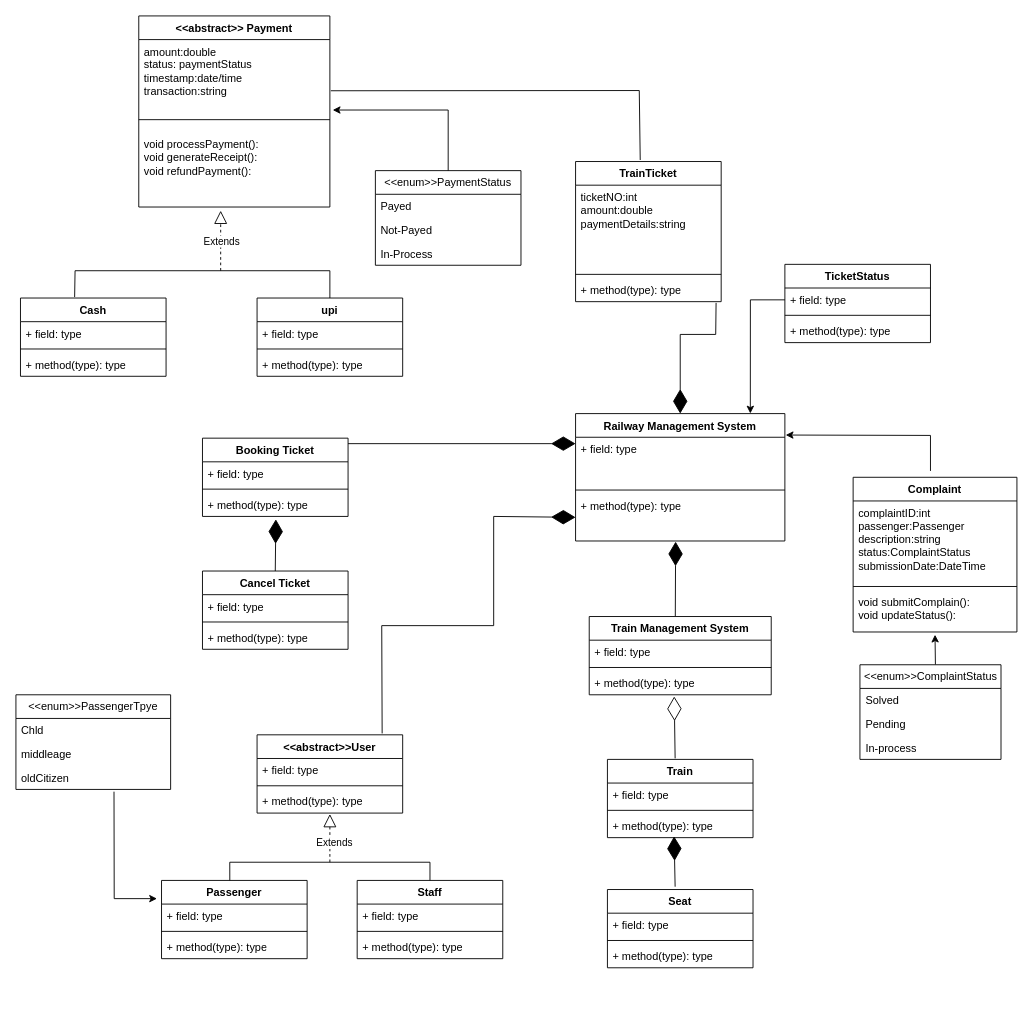
Earlier version of the draw.io diagram Railway-class.drawio (Sumitsingh74/draw.io). Source tidied: cells renumbered, new cells numbered last; positions are measured from the earlier drawing's top-left corner, leaving out a move shared by most shapes. Both pictures are drawn from the tidied source at 91%, with x=0, y=0 at pixel (15, 15).
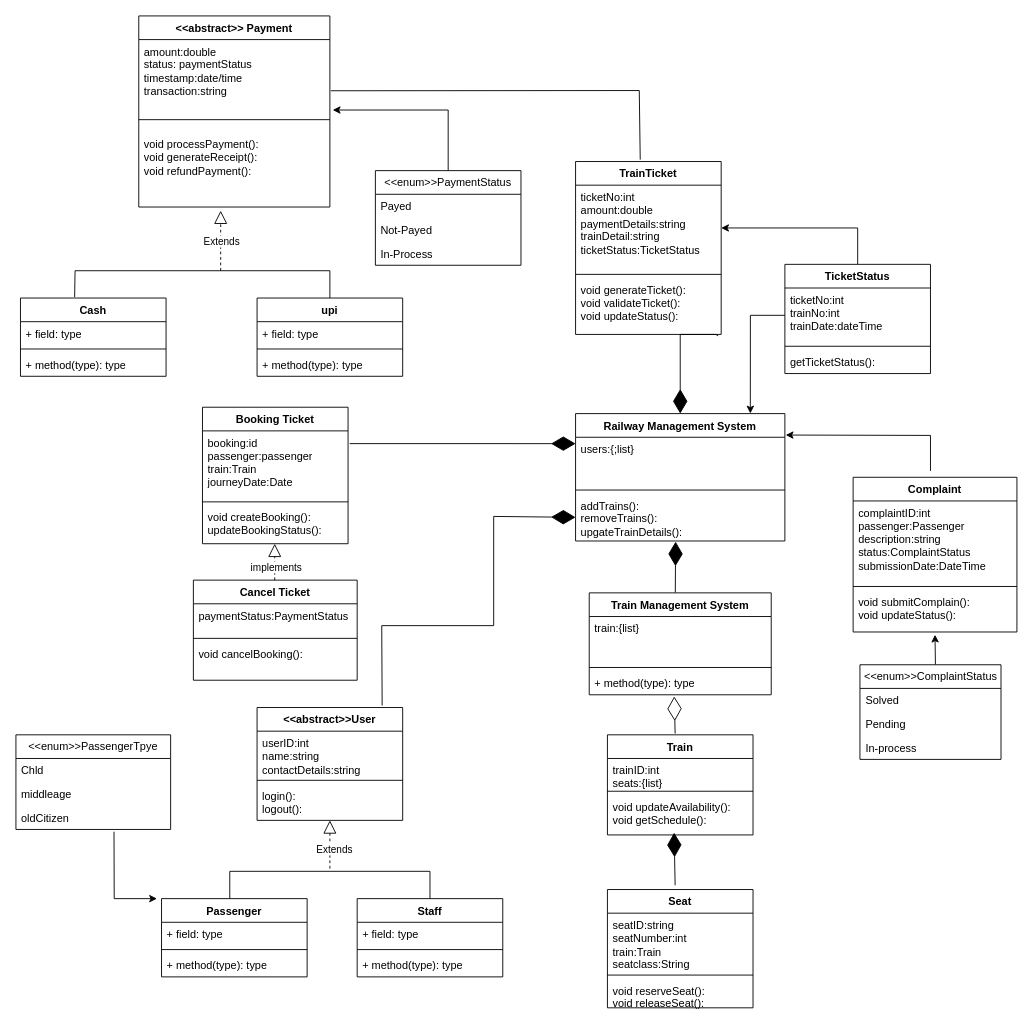
Above is the later version.

The change refers to these unchanged cells:
```xml
<mxCell id="14" value="Railway Management System" style="swimlane;fontStyle=1;align=center;verticalAlign=top;horizontal=1;startSize=26;whiteSpace=wrap;html=1;" parent="1" vertex="1">
  <mxGeometry x="615" y="437" width="230" height="140" as="geometry" />
</mxCell>
```

Change to the diagram source:
```diff
@@
     <mxCell id="6" value="&amp;lt;&amp;lt;enum&amp;gt;&amp;gt;PassengerTpye" style="swimlane;fontStyle=0;horizontal=1;startSize=26;fillColor=none;whiteSpace=wrap;html=1;" parent="1" vertex="1">
-      <mxGeometry y="746" width="170" height="104" as="geometry" />
+      <mxGeometry y="790" width="170" height="104" as="geometry" />
     </mxCell>
@@
-    <mxCell id="15" value="+ field: type" style="text;strokeColor=none;fillColor=none;align=left;verticalAlign=top;spacingLeft=4;spacingRight=4;overflow=hidden;points=[[0,0.5],[1,0.5]];portConstraint=eastwest;whiteSpace=wrap;html=1;" parent="14" vertex="1">
+    <mxCell id="15" value="users:{;list}" style="text;strokeColor=none;fillColor=none;align=left;verticalAlign=top;spacingLeft=4;spacingRight=4;overflow=hidden;points=[[0,0.5],[1,0.5]];portConstraint=eastwest;whiteSpace=wrap;html=1;" parent="14" vertex="1">
       <mxGeometry y="26" width="230" height="54" as="geometry" />
     </mxCell>
@@
-    <mxCell id="17" value="+ method(type): type" style="text;strokeColor=none;fillColor=none;align=left;verticalAlign=top;spacingLeft=4;spacingRight=4;overflow=hidden;points=[[0,0.5],[1,0.5]];portConstraint=eastwest;whiteSpace=wrap;html=1;" parent="14" vertex="1">
+    <mxCell id="17" value="addTrains():&lt;div&gt;removeTrains():&lt;/div&gt;&lt;div&gt;upgateTrainDetails():&lt;/div&gt;" style="text;strokeColor=none;fillColor=none;align=left;verticalAlign=top;spacingLeft=4;spacingRight=4;overflow=hidden;points=[[0,0.5],[1,0.5]];portConstraint=eastwest;whiteSpace=wrap;html=1;" parent="14" vertex="1">
       <mxGeometry y="88" width="230" height="52" as="geometry" />
     </mxCell>
@@
     <mxCell id="22" value="Train Management System" style="swimlane;fontStyle=1;align=center;verticalAlign=top;horizontal=1;startSize=26;whiteSpace=wrap;html=1;" parent="1" vertex="1">
-      <mxGeometry x="630" y="660" width="200" height="86" as="geometry" />
+      <mxGeometry x="630" y="634" width="200" height="112" as="geometry" />
     </mxCell>
-    <mxCell id="23" value="+ field: type" style="text;strokeColor=none;fillColor=none;align=left;verticalAlign=top;spacingLeft=4;spacingRight=4;overflow=hidden;whiteSpace=wrap;html=1;" parent="22" vertex="1">
-      <mxGeometry y="26" width="200" height="26" as="geometry" />
+    <mxCell id="23" value="train:{list}&lt;div&gt;&lt;br&gt;&lt;/div&gt;" style="text;strokeColor=none;fillColor=none;align=left;verticalAlign=top;spacingLeft=4;spacingRight=4;overflow=hidden;whiteSpace=wrap;html=1;" parent="22" vertex="1">
+      <mxGeometry y="26" width="200" height="52" as="geometry" />
     </mxCell>
     <mxCell id="24" style="line;strokeWidth=1;fillColor=none;align=left;verticalAlign=middle;spacingTop=-1;spacingLeft=3;spacingRight=3;labelPosition=right;strokeColor=inherit;" parent="22" vertex="1">
-      <mxGeometry y="52" width="200" height="8" as="geometry" />
+      <mxGeometry y="78" width="200" height="8" as="geometry" />
     </mxCell>
     <mxCell id="25" value="+ method(type): type" style="text;strokeColor=none;fillColor=none;align=left;verticalAlign=top;spacingLeft=4;spacingRight=4;overflow=hidden;points=[[0,0.5],[1,0.5]];portConstraint=eastwest;whiteSpace=wrap;html=1;" parent="22" vertex="1">
-      <mxGeometry y="60" width="200" height="26" as="geometry" />
+      <mxGeometry y="86" width="200" height="26" as="geometry" />
     </mxCell>
     <mxCell id="26" value="Train" style="swimlane;fontStyle=1;align=center;verticalAlign=top;horizontal=1;startSize=26;whiteSpace=wrap;html=1;" parent="1" vertex="1">
-      <mxGeometry x="650" y="817" width="160" height="86" as="geometry" />
+      <mxGeometry x="650" y="790" width="160" height="110" as="geometry" />
     </mxCell>
-    <mxCell id="27" value="+ field: type" style="text;strokeColor=none;fillColor=none;align=left;verticalAlign=top;spacingLeft=4;spacingRight=4;overflow=hidden;whiteSpace=wrap;html=1;" parent="26" vertex="1">
-      <mxGeometry y="26" width="160" height="26" as="geometry" />
+    <mxCell id="27" value="&lt;div&gt;trainID:int&lt;/div&gt;seats:{list}" style="text;strokeColor=none;fillColor=none;align=left;verticalAlign=top;spacingLeft=4;spacingRight=4;overflow=hidden;whiteSpace=wrap;html=1;" parent="26" vertex="1">
+      <mxGeometry y="26" width="160" height="32" as="geometry" />
     </mxCell>
     <mxCell id="28" style="line;strokeWidth=1;fillColor=none;align=left;verticalAlign=middle;spacingTop=-1;spacingLeft=3;spacingRight=3;labelPosition=right;strokeColor=inherit;" parent="26" vertex="1">
-      <mxGeometry y="52" width="160" height="8" as="geometry" />
+      <mxGeometry y="58" width="160" height="8" as="geometry" />
     </mxCell>
-    <mxCell id="29" value="+ method(type): type" style="text;strokeColor=none;fillColor=none;align=left;verticalAlign=top;spacingLeft=4;spacingRight=4;overflow=hidden;points=[[0,0.5],[1,0.5]];portConstraint=eastwest;whiteSpace=wrap;html=1;" parent="26" vertex="1">
-      <mxGeometry y="60" width="160" height="26" as="geometry" />
+    <mxCell id="29" value="void updateAvailability():&lt;div&gt;void getSchedule():&lt;/div&gt;" style="text;strokeColor=none;fillColor=none;align=left;verticalAlign=top;spacingLeft=4;spacingRight=4;overflow=hidden;points=[[0,0.5],[1,0.5]];portConstraint=eastwest;whiteSpace=wrap;html=1;" parent="26" vertex="1">
+      <mxGeometry y="66" width="160" height="44" as="geometry" />
     </mxCell>
     <mxCell id="30" value="Seat" style="swimlane;fontStyle=1;align=center;verticalAlign=top;horizontal=1;startSize=26;whiteSpace=wrap;html=1;" parent="1" vertex="1">
-      <mxGeometry x="650" y="960" width="160" height="86" as="geometry" />
+      <mxGeometry x="650" y="960" width="160" height="130" as="geometry" />
     </mxCell>
-    <mxCell id="31" value="+ field: type" style="text;strokeColor=none;fillColor=none;align=left;verticalAlign=top;spacingLeft=4;spacingRight=4;overflow=hidden;whiteSpace=wrap;html=1;" parent="30" vertex="1">
-      <mxGeometry y="26" width="160" height="26" as="geometry" />
+    <mxCell id="31" value="seatID:string&lt;div&gt;seatNumber:int&lt;/div&gt;&lt;div&gt;train:Train&lt;/div&gt;&lt;div&gt;seatclass:String&lt;/div&gt;" style="text;strokeColor=none;fillColor=none;align=left;verticalAlign=top;spacingLeft=4;spacingRight=4;overflow=hidden;whiteSpace=wrap;html=1;" parent="30" vertex="1">
+      <mxGeometry y="26" width="160" height="64" as="geometry" />
     </mxCell>
     <mxCell id="32" style="line;strokeWidth=1;fillColor=none;align=left;verticalAlign=middle;spacingTop=-1;spacingLeft=3;spacingRight=3;labelPosition=right;strokeColor=inherit;" parent="30" vertex="1">
-      <mxGeometry y="52" width="160" height="8" as="geometry" />
+      <mxGeometry y="90" width="160" height="8" as="geometry" />
     </mxCell>
-    <mxCell id="33" value="+ method(type): type" style="text;strokeColor=none;fillColor=none;align=left;verticalAlign=top;spacingLeft=4;spacingRight=4;overflow=hidden;whiteSpace=wrap;html=1;" parent="30" vertex="1">
-      <mxGeometry y="60" width="160" height="26" as="geometry" />
+    <mxCell id="33" value="void reserveSeat():&lt;div&gt;void releaseSeat():&lt;/div&gt;" style="text;strokeColor=none;fillColor=none;align=left;verticalAlign=top;spacingLeft=4;spacingRight=4;overflow=hidden;whiteSpace=wrap;html=1;" parent="30" vertex="1">
+      <mxGeometry y="98" width="160" height="32" as="geometry" />
     </mxCell>
     <mxCell id="34" value="Cancel Ticket" style="swimlane;fontStyle=1;align=center;verticalAlign=top;horizontal=1;startSize=26;whiteSpace=wrap;html=1;" parent="1" vertex="1">
-      <mxGeometry x="205" y="610" width="160" height="86" as="geometry" />
+      <mxGeometry x="195" y="620" width="180" height="110" as="geometry" />
     </mxCell>
-    <mxCell id="35" value="+ field: type" style="text;strokeColor=none;fillColor=none;align=left;verticalAlign=top;spacingLeft=4;spacingRight=4;overflow=hidden;whiteSpace=wrap;html=1;" parent="34" vertex="1">
-      <mxGeometry y="26" width="160" height="26" as="geometry" />
+    <mxCell id="35" value="paymentStatus:PaymentStatus" style="text;strokeColor=none;fillColor=none;align=left;verticalAlign=top;spacingLeft=4;spacingRight=4;overflow=hidden;whiteSpace=wrap;html=1;" parent="34" vertex="1">
+      <mxGeometry y="26" width="180" height="34" as="geometry" />
     </mxCell>
     <mxCell id="36" style="line;strokeWidth=1;fillColor=none;align=left;verticalAlign=middle;spacingTop=-1;spacingLeft=3;spacingRight=3;labelPosition=right;strokeColor=inherit;" parent="34" vertex="1">
-      <mxGeometry y="52" width="160" height="8" as="geometry" />
+      <mxGeometry y="60" width="180" height="8" as="geometry" />
     </mxCell>
-    <mxCell id="37" value="+ method(type): type" style="text;strokeColor=none;fillColor=none;align=left;verticalAlign=top;spacingLeft=4;spacingRight=4;overflow=hidden;whiteSpace=wrap;html=1;" parent="34" vertex="1">
-      <mxGeometry y="60" width="160" height="26" as="geometry" />
+    <mxCell id="37" value="void cancelBooking():" style="text;strokeColor=none;fillColor=none;align=left;verticalAlign=top;spacingLeft=4;spacingRight=4;overflow=hidden;whiteSpace=wrap;html=1;" parent="34" vertex="1">
+      <mxGeometry y="68" width="180" height="42" as="geometry" />
     </mxCell>
     <mxCell id="38" value="Passenger" style="swimlane;fontStyle=1;align=center;verticalAlign=top;horizontal=1;startSize=26;whiteSpace=wrap;html=1;" parent="1" vertex="1">
-      <mxGeometry x="160" y="950" width="160" height="86" as="geometry" />
+      <mxGeometry x="160" y="970" width="160" height="86" as="geometry" />
     </mxCell>
@@
     <mxCell id="42" value="&amp;lt;&amp;lt;abstract&amp;gt;&amp;gt;User" style="swimlane;fontStyle=1;align=center;verticalAlign=top;horizontal=1;startSize=26;whiteSpace=wrap;html=1;" parent="1" vertex="1">
-      <mxGeometry x="265" y="790" width="160" height="86" as="geometry" />
+      <mxGeometry x="265" y="760" width="160" height="124" as="geometry" />
     </mxCell>
-    <mxCell id="43" value="+ field: type" style="text;strokeColor=none;fillColor=none;align=left;verticalAlign=top;spacingLeft=4;spacingRight=4;overflow=hidden;whiteSpace=wrap;html=1;" parent="42" vertex="1">
-      <mxGeometry y="26" width="160" height="26" as="geometry" />
+    <mxCell id="43" value="userID:int&lt;div&gt;name:string&lt;/div&gt;&lt;div&gt;contactDetails:string&lt;/div&gt;" style="text;strokeColor=none;fillColor=none;align=left;verticalAlign=top;spacingLeft=4;spacingRight=4;overflow=hidden;whiteSpace=wrap;html=1;" parent="42" vertex="1">
+      <mxGeometry y="26" width="160" height="50" as="geometry" />
     </mxCell>
     <mxCell id="44" style="line;strokeWidth=1;fillColor=none;align=left;verticalAlign=middle;spacingTop=-1;spacingLeft=3;spacingRight=3;labelPosition=right;strokeColor=inherit;" parent="42" vertex="1">
-      <mxGeometry y="52" width="160" height="8" as="geometry" />
+      <mxGeometry y="76" width="160" height="8" as="geometry" />
     </mxCell>
-    <mxCell id="45" value="+ method(type): type" style="text;strokeColor=none;fillColor=none;align=left;verticalAlign=top;spacingLeft=4;spacingRight=4;overflow=hidden;whiteSpace=wrap;html=1;" parent="42" vertex="1">
-      <mxGeometry y="60" width="160" height="26" as="geometry" />
+    <mxCell id="45" value="login():&lt;div&gt;logout():&lt;/div&gt;" style="text;strokeColor=none;fillColor=none;align=left;verticalAlign=top;spacingLeft=4;spacingRight=4;overflow=hidden;whiteSpace=wrap;html=1;" parent="42" vertex="1">
+      <mxGeometry y="84" width="160" height="40" as="geometry" />
     </mxCell>
     <mxCell id="46" value="Booking Ticket" style="swimlane;fontStyle=1;align=center;verticalAlign=top;horizontal=1;startSize=26;whiteSpace=wrap;html=1;" parent="1" vertex="1">
-      <mxGeometry x="205" y="464" width="160" height="86" as="geometry" />
+      <mxGeometry x="205" y="430" width="160" height="150" as="geometry" />
     </mxCell>
-    <mxCell id="47" value="+ field: type" style="text;strokeColor=none;fillColor=none;align=left;verticalAlign=top;spacingLeft=4;spacingRight=4;overflow=hidden;points=[[0,0.5],[1,0.5]];portConstraint=eastwest;whiteSpace=wrap;html=1;" parent="46" vertex="1">
-      <mxGeometry y="26" width="160" height="26" as="geometry" />
+    <mxCell id="47" value="booking:id&lt;div&gt;passenger:passenger&lt;/div&gt;&lt;div&gt;train:Train&lt;/div&gt;&lt;div&gt;journeyDate:Date&lt;/div&gt;" style="text;strokeColor=none;fillColor=none;align=left;verticalAlign=top;spacingLeft=4;spacingRight=4;overflow=hidden;points=[[0,0.5],[1,0.5]];portConstraint=eastwest;whiteSpace=wrap;html=1;" parent="46" vertex="1">
+      <mxGeometry y="26" width="160" height="74" as="geometry" />
     </mxCell>
     <mxCell id="48" style="line;strokeWidth=1;fillColor=none;align=left;verticalAlign=middle;spacingTop=-1;spacingLeft=3;spacingRight=3;labelPosition=right;strokeColor=inherit;" parent="46" vertex="1">
-      <mxGeometry y="52" width="160" height="8" as="geometry" />
+      <mxGeometry y="100" width="160" height="8" as="geometry" />
     </mxCell>
-    <mxCell id="49" value="+ method(type): type" style="text;strokeColor=none;fillColor=none;align=left;verticalAlign=top;spacingLeft=4;spacingRight=4;overflow=hidden;points=[[0,0.5],[1,0.5]];portConstraint=eastwest;whiteSpace=wrap;html=1;" parent="46" vertex="1">
-      <mxGeometry y="60" width="160" height="26" as="geometry" />
+    <mxCell id="49" value="void createBooking():&lt;div&gt;updateBookingStatus():&lt;/div&gt;" style="text;strokeColor=none;fillColor=none;align=left;verticalAlign=top;spacingLeft=4;spacingRight=4;overflow=hidden;points=[[0,0.5],[1,0.5]];portConstraint=eastwest;whiteSpace=wrap;html=1;" parent="46" vertex="1">
+      <mxGeometry y="108" width="160" height="42" as="geometry" />
     </mxCell>
@@
     <mxCell id="58" value="TrainTicket" style="swimlane;fontStyle=1;align=center;verticalAlign=top;horizontal=1;startSize=26;whiteSpace=wrap;html=1;" parent="1" vertex="1">
-      <mxGeometry x="615" y="160" width="160" height="154" as="geometry" />
+      <mxGeometry x="615" y="160" width="160" height="190" as="geometry" />
     </mxCell>
-    <mxCell id="59" value="ticketNO:int&lt;div&gt;amount:double&lt;/div&gt;&lt;div&gt;paymentDetails:string&lt;/div&gt;" style="text;strokeColor=none;fillColor=none;align=left;verticalAlign=top;spacingLeft=4;spacingRight=4;overflow=hidden;points=[[0,0.5],[1,0.5]];portConstraint=eastwest;whiteSpace=wrap;html=1;" parent="58" vertex="1">
+    <mxCell id="59" value="ticketNo:int&lt;div&gt;amount:double&lt;/div&gt;&lt;div&gt;paymentDetails:string&lt;/div&gt;&lt;div&gt;trainDetail:string&lt;/div&gt;&lt;div&gt;ticketStatus:TicketStatus&lt;/div&gt;" style="text;strokeColor=none;fillColor=none;align=left;verticalAlign=top;spacingLeft=4;spacingRight=4;overflow=hidden;points=[[0,0.5],[1,0.5]];portConstraint=eastwest;whiteSpace=wrap;html=1;" parent="58" vertex="1">
       <mxGeometry y="26" width="160" height="94" as="geometry" />
     </mxCell>
@@
-    <mxCell id="61" value="+ method(type): type" style="text;strokeColor=none;fillColor=none;align=left;verticalAlign=top;spacingLeft=4;spacingRight=4;overflow=hidden;points=[[0,0.5],[1,0.5]];portConstraint=eastwest;whiteSpace=wrap;html=1;" parent="58" vertex="1">
-      <mxGeometry y="128" width="160" height="26" as="geometry" />
+    <mxCell id="61" value="void generateTicket&lt;span style=&quot;background-color: transparent; color: light-dark(rgb(0, 0, 0), rgb(255, 255, 255));&quot;&gt;():&lt;/span&gt;&lt;div&gt;&lt;span style=&quot;background-color: transparent; color: light-dark(rgb(0, 0, 0), rgb(255, 255, 255));&quot;&gt;void validateTicket():&lt;/span&gt;&lt;/div&gt;&lt;div&gt;&lt;span style=&quot;background-color: transparent; color: light-dark(rgb(0, 0, 0), rgb(255, 255, 255));&quot;&gt;void updateStatus():&lt;/span&gt;&lt;/div&gt;" style="text;strokeColor=none;fillColor=none;align=left;verticalAlign=top;spacingLeft=4;spacingRight=4;overflow=hidden;points=[[0,0.5],[1,0.5]];portConstraint=eastwest;whiteSpace=wrap;html=1;" parent="58" vertex="1">
+      <mxGeometry y="128" width="160" height="62" as="geometry" />
     </mxCell>
@@
-    <mxCell id="73" style="endArrow=diamondThin;endFill=1;endSize=24;html=1;rounded=0;entryX=0.5;entryY=0;entryDx=0;entryDy=0;exitX=0.965;exitY=1.051;exitDx=0;exitDy=0;exitPerimeter=0;" parent="1" edge="1" source="61" target="14">
+    <mxCell id="73" style="endArrow=diamondThin;endFill=1;endSize=24;html=1;rounded=0;entryX=0.5;entryY=0;entryDx=0;entryDy=0;exitX=0.98;exitY=1.024;exitDx=0;exitDy=0;exitPerimeter=0;" parent="1" edge="1" source="61" target="14">
       <mxGeometry relative="1" as="geometry">
         <Array as="points">
           <mxPoint x="769" y="350" />
           <mxPoint x="730" y="350" />
         </Array>
       </mxGeometry>
     </mxCell>
@@
     <mxCell id="75" value="Staff" style="swimlane;fontStyle=1;align=center;verticalAlign=top;horizontal=1;startSize=26;whiteSpace=wrap;html=1;" parent="1" vertex="1">
-      <mxGeometry x="375" y="950" width="160" height="86" as="geometry" />
+      <mxGeometry x="375" y="970" width="160" height="86" as="geometry" />
     </mxCell>
@@
-    <mxCell id="79" style="endArrow=none;html=1;rounded=0;exitX=0.469;exitY=0;exitDx=0;exitDy=0;exitPerimeter=0;entryX=0.5;entryY=0;entryDx=0;entryDy=0;" parent="1" edge="1" source="38" target="75">
+    <mxCell id="79" style="endArrow=none;html=1;rounded=0;" parent="1" edge="1">
       <mxGeometry relative="1" as="geometry">
+        <mxPoint x="235" y="970" as="sourcePoint" />
+        <mxPoint x="455" y="970" as="targetPoint" />
         <Array as="points">
-          <mxPoint x="235" y="930" />
-          <mxPoint x="455" y="930" />
+          <mxPoint x="235" y="940" />
+          <mxPoint x="455" y="940" />
         </Array>
       </mxGeometry>
     </mxCell>
     <mxCell id="80" style="endArrow=block;dashed=1;endFill=0;endSize=12;html=1;rounded=0;" parent="1" edge="1">
       <mxGeometry relative="1" as="geometry">
-        <mxPoint x="345" y="930" as="sourcePoint" />
-        <mxPoint x="345" y="877" as="targetPoint" />
+        <mxPoint x="345" y="937" as="sourcePoint" />
+        <mxPoint x="345" y="884" as="targetPoint" />
       </mxGeometry>
     </mxCell>
@@
-    <mxCell id="83" style="endArrow=diamondThin;endFill=1;endSize=24;html=1;rounded=0;entryX=0.504;entryY=1.122;entryDx=0;entryDy=0;entryPerimeter=0;exitX=0.5;exitY=0;exitDx=0;exitDy=0;" parent="1" edge="1" source="34" target="49">
-      <mxGeometry relative="1" as="geometry" />
-    </mxCell>
-    <mxCell id="84" style="endArrow=diamondThin;endFill=1;endSize=24;html=1;rounded=0;exitX=1;exitY=0.07;exitDx=0;exitDy=0;exitPerimeter=0;entryX=0;entryY=0.13;entryDx=0;entryDy=0;entryPerimeter=0;" parent="1" edge="1" source="46" target="15">
+    <mxCell id="84" style="endArrow=diamondThin;endFill=1;endSize=24;html=1;rounded=0;exitX=1.011;exitY=0.189;exitDx=0;exitDy=0;entryX=0;entryY=0.13;entryDx=0;entryDy=0;entryPerimeter=0;exitPerimeter=0;" parent="1" edge="1" source="47" target="15">
       <mxGeometry relative="1" as="geometry" />
     </mxCell>
+    <mxCell id="93" style="edgeStyle=orthogonalEdgeStyle;rounded=0;jettySize=auto;html=1;exitX=0.5;exitY=0;exitDx=0;exitDy=0;entryX=1;entryY=0.5;entryDx=0;entryDy=0;" parent="1" edge="1" source="85" target="59">
+      <mxGeometry relative="1" as="geometry" />
+    </mxCell>
     <mxCell id="85" value="TicketStatus" style="swimlane;fontStyle=1;align=center;verticalAlign=top;horizontal=1;startSize=26;whiteSpace=wrap;html=1;" parent="1" vertex="1">
-      <mxGeometry x="845" y="273" width="160" height="86" as="geometry" />
+      <mxGeometry x="845" y="273" width="160" height="120" as="geometry" />
     </mxCell>
-    <mxCell id="86" value="+ field: type" style="text;strokeColor=none;fillColor=none;align=left;verticalAlign=top;spacingLeft=4;spacingRight=4;overflow=hidden;points=[[0,0.5],[1,0.5]];portConstraint=eastwest;whiteSpace=wrap;html=1;" parent="85" vertex="1">
-      <mxGeometry y="26" width="160" height="26" as="geometry" />
+    <mxCell id="86" value="ticketNo:int&lt;div&gt;trainNo:int&lt;/div&gt;&lt;div&gt;trainDate:dateTime&lt;/div&gt;" style="text;strokeColor=none;fillColor=none;align=left;verticalAlign=top;spacingLeft=4;spacingRight=4;overflow=hidden;points=[[0,0.5],[1,0.5]];portConstraint=eastwest;whiteSpace=wrap;html=1;" parent="85" vertex="1">
+      <mxGeometry y="26" width="160" height="60" as="geometry" />
     </mxCell>
     <mxCell id="87" style="line;strokeWidth=1;fillColor=none;align=left;verticalAlign=middle;spacingTop=-1;spacingLeft=3;spacingRight=3;labelPosition=right;strokeColor=inherit;" parent="85" vertex="1">
-      <mxGeometry y="52" width="160" height="8" as="geometry" />
+      <mxGeometry y="86" width="160" height="8" as="geometry" />
     </mxCell>
-    <mxCell id="88" value="+ method(type): type" style="text;strokeColor=none;fillColor=none;align=left;verticalAlign=top;spacingLeft=4;spacingRight=4;overflow=hidden;whiteSpace=wrap;html=1;" parent="85" vertex="1">
-      <mxGeometry y="60" width="160" height="26" as="geometry" />
+    <mxCell id="88" value="getTicketStatus():" style="text;strokeColor=none;fillColor=none;align=left;verticalAlign=top;spacingLeft=4;spacingRight=4;overflow=hidden;whiteSpace=wrap;html=1;" parent="85" vertex="1">
+      <mxGeometry y="94" width="160" height="26" as="geometry" />
     </mxCell>
@@
+    <mxCell id="94" style="endArrow=block;dashed=1;endFill=0;endSize=12;html=1;rounded=0;" parent="1" edge="1">
+      <mxGeometry relative="1" as="geometry">
+        <mxPoint x="284.4" y="620" as="sourcePoint" />
+        <mxPoint x="284.4" y="580" as="targetPoint" />
+      </mxGeometry>
+    </mxCell>
+    <mxCell id="95" value="implements" style="edgeLabel;html=1;align=center;verticalAlign=middle;" parent="94" vertex="1">
+      <mxGeometry x="-0.31" y="-1" relative="1" as="geometry">
+        <mxPoint y="-1" as="offset" />
+      </mxGeometry>
+    </mxCell>
```
